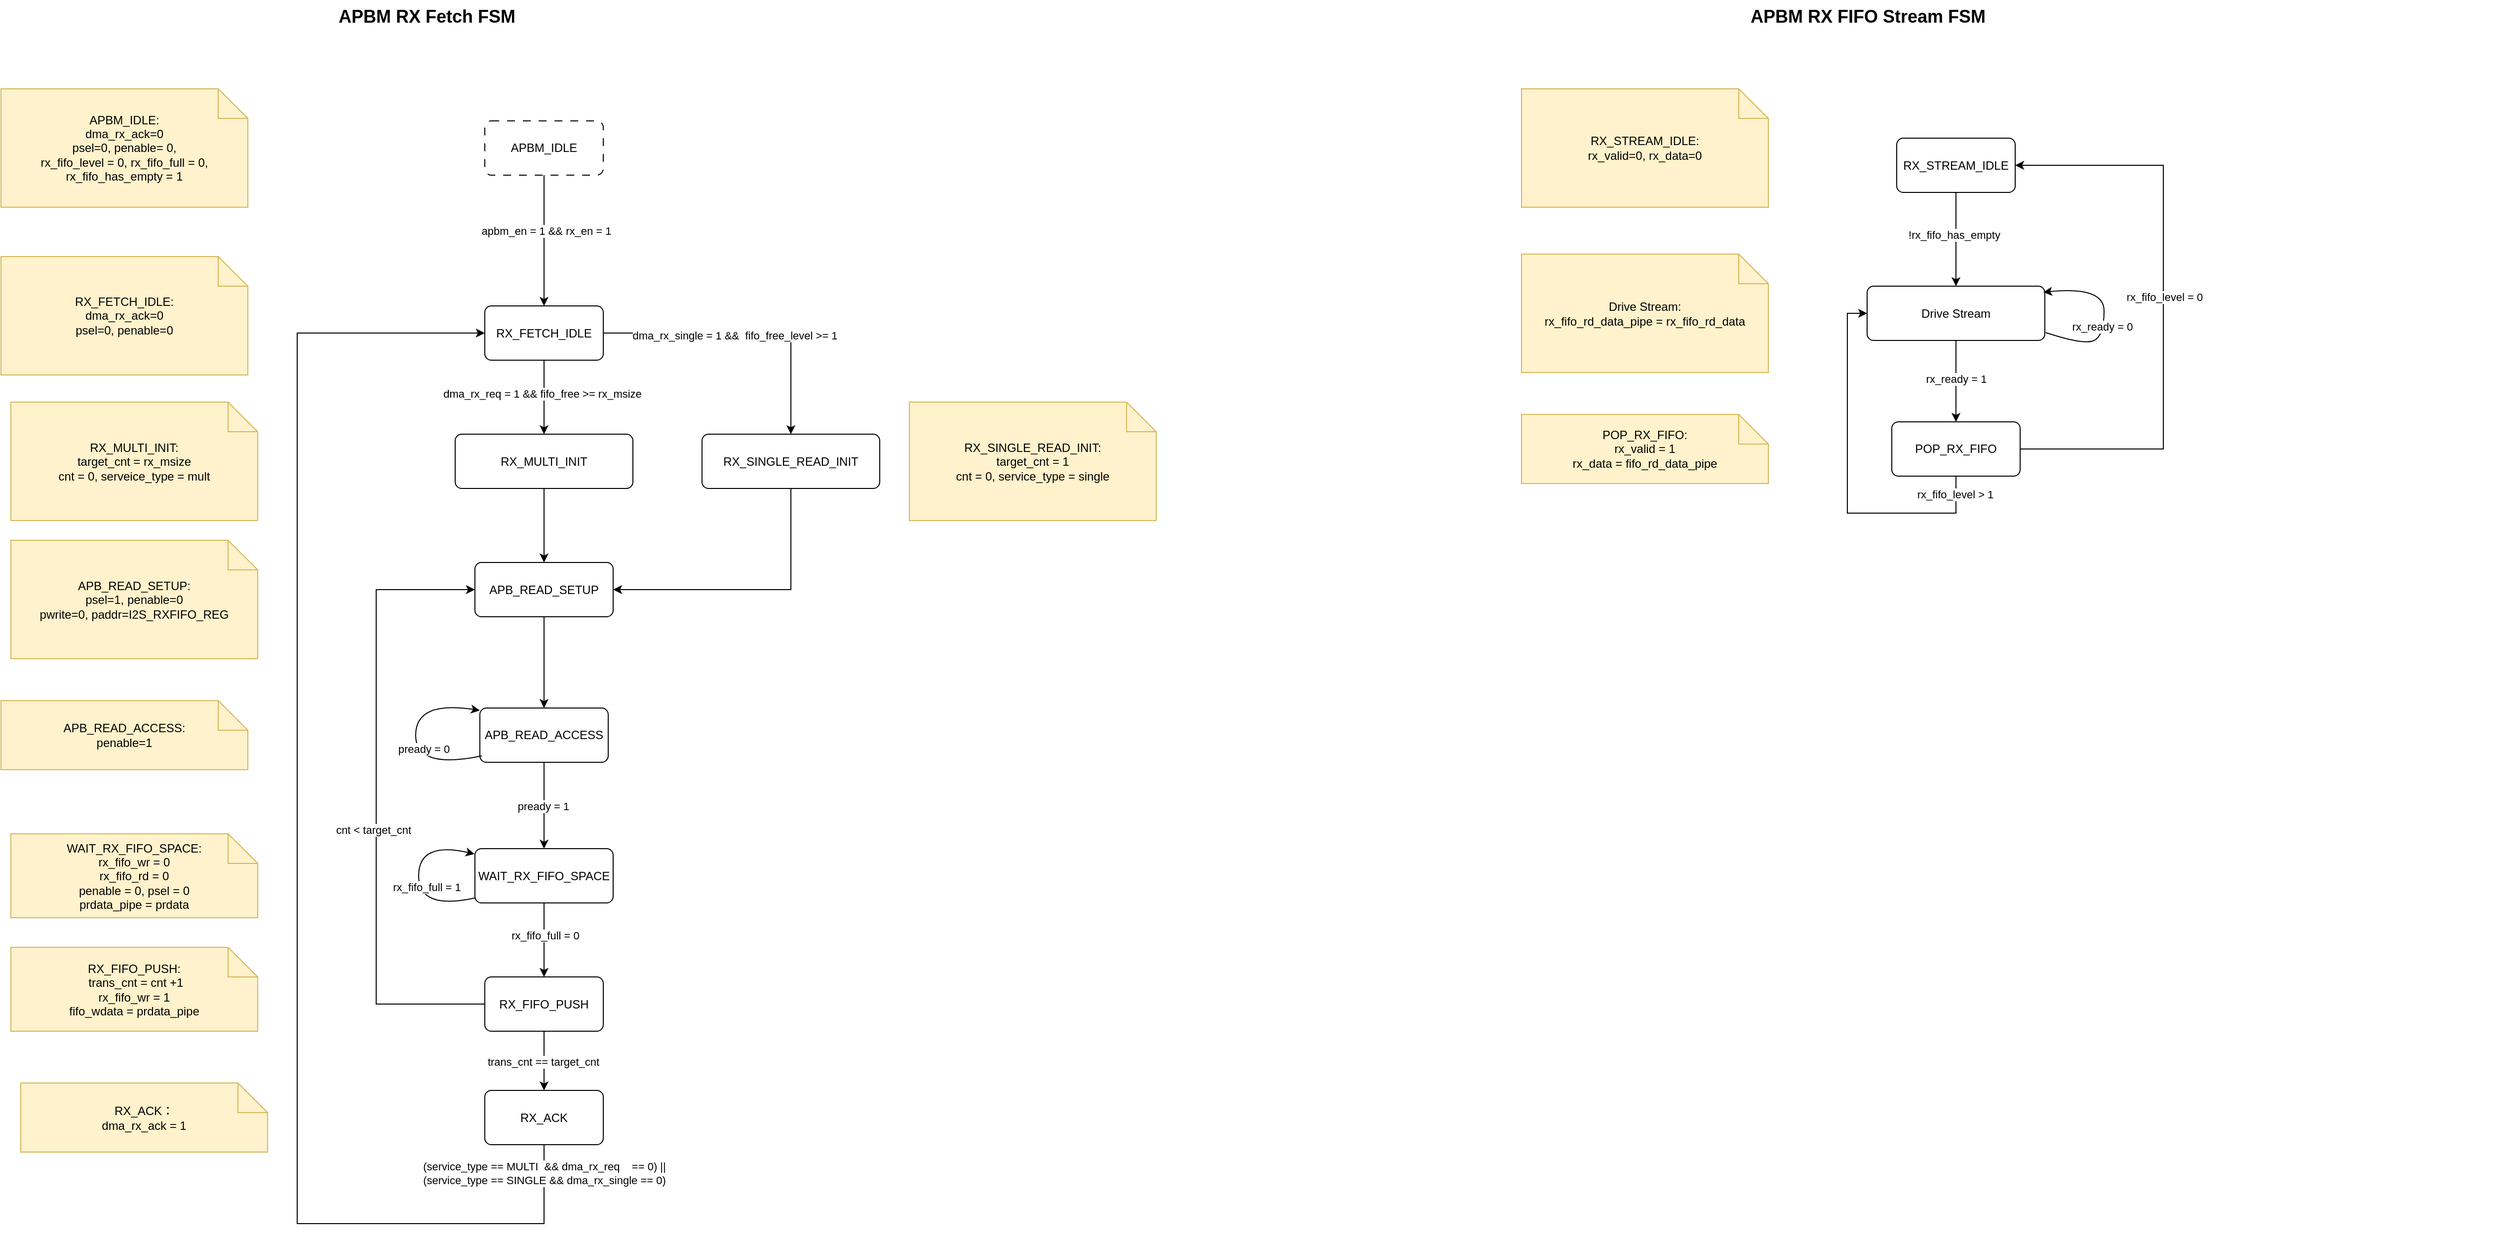
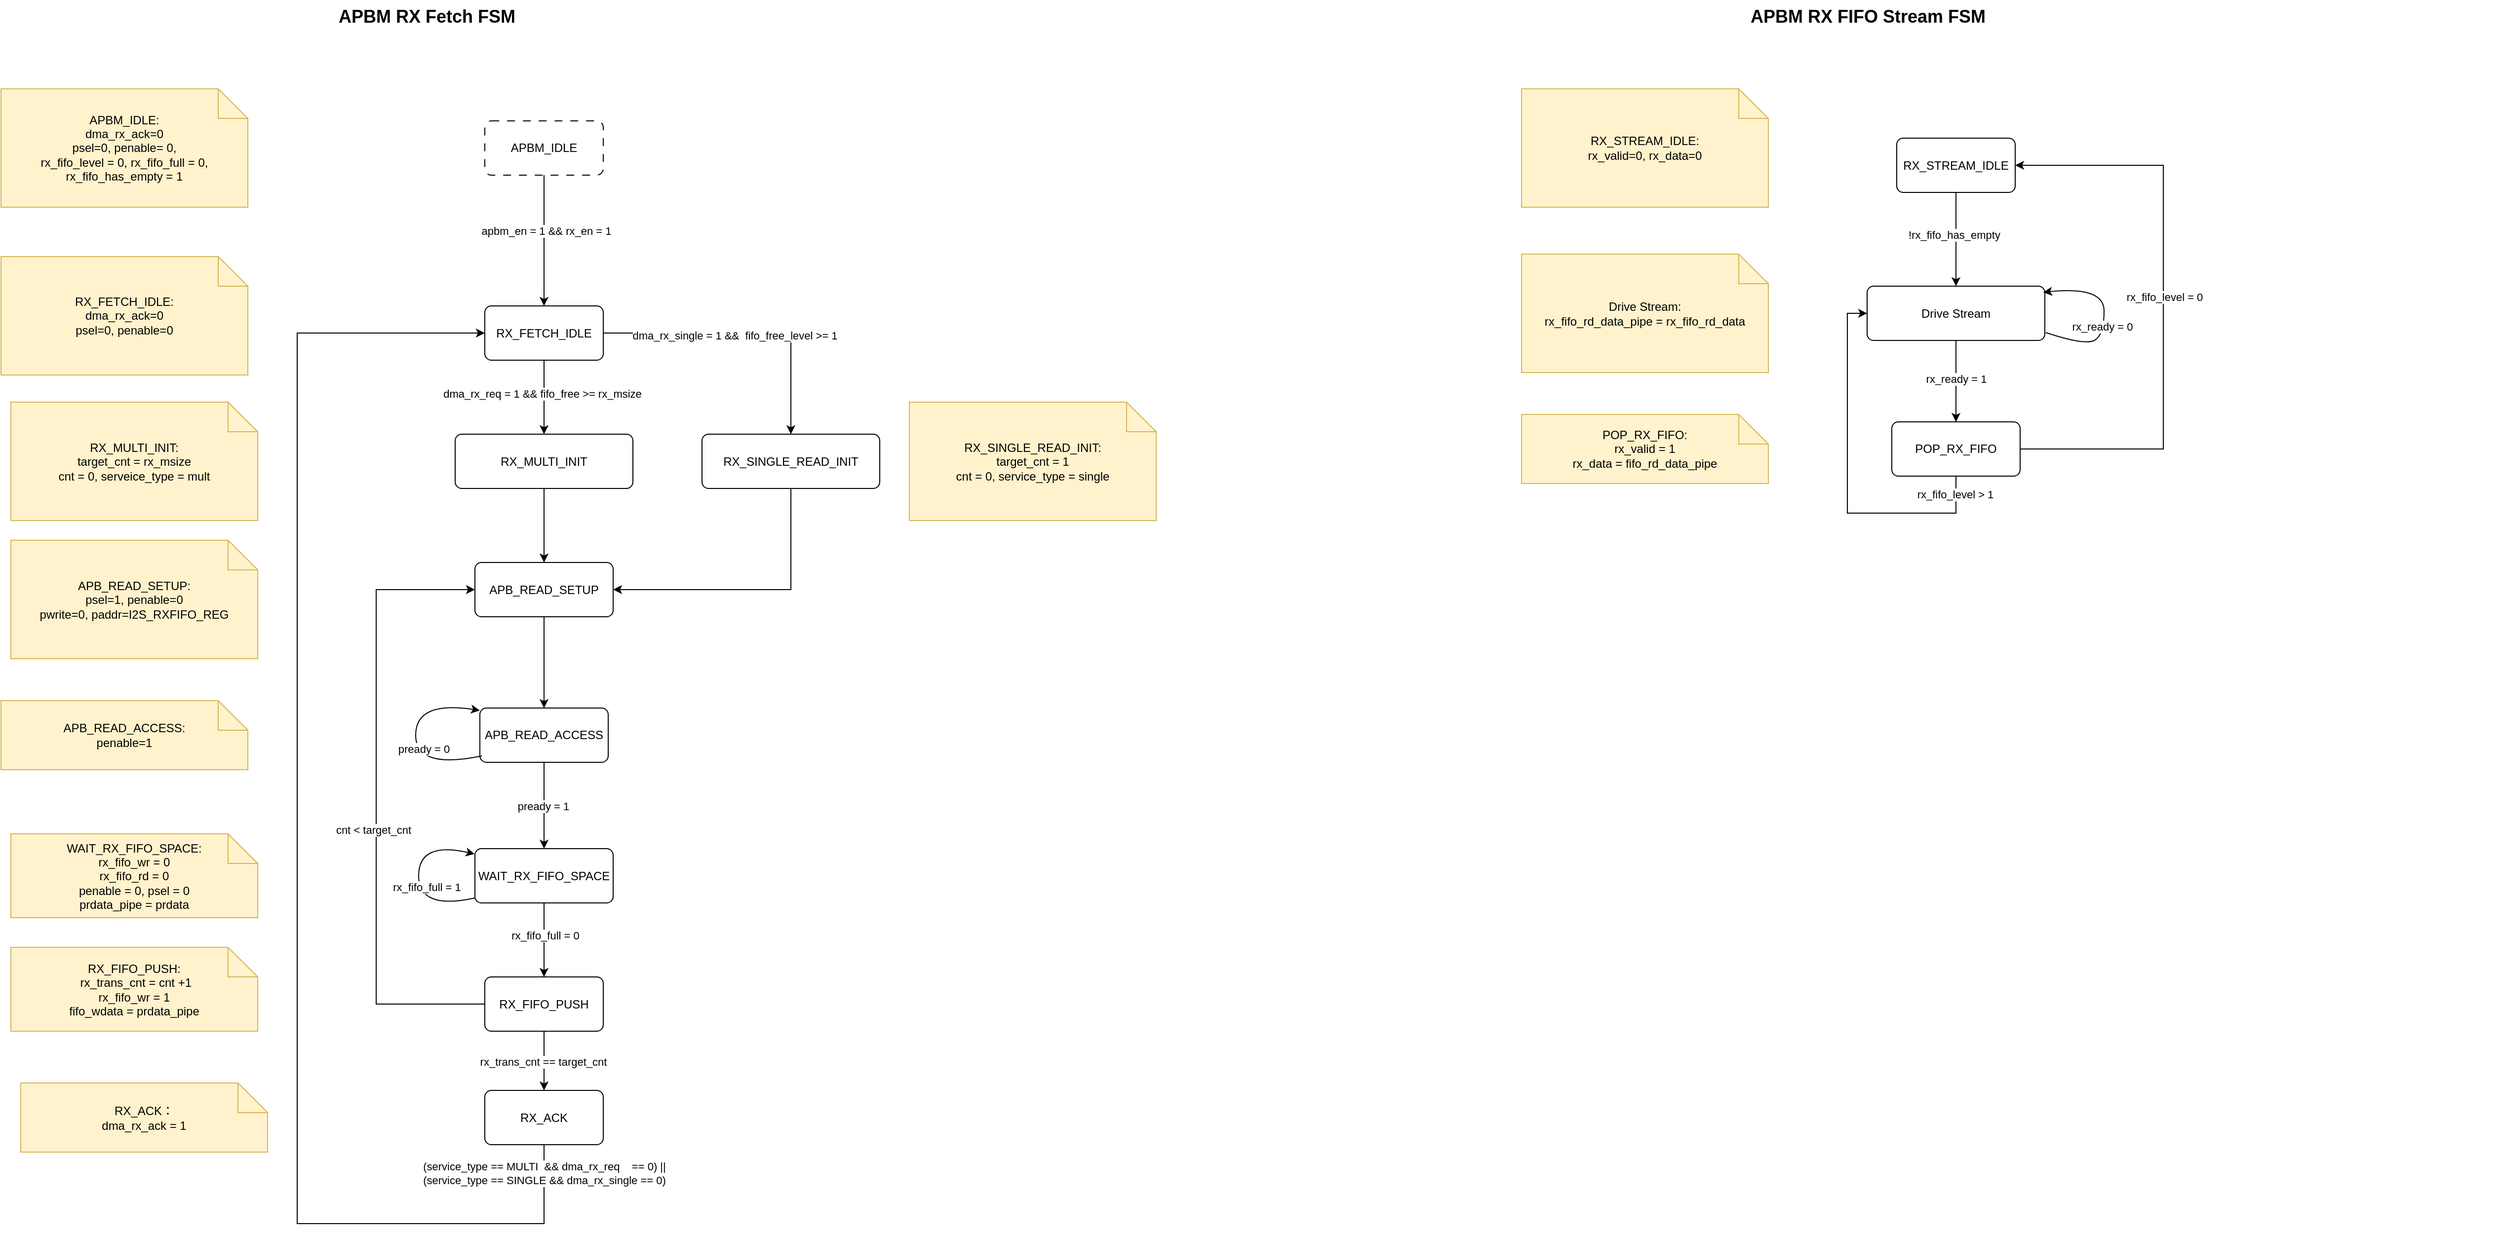
<mxfile host="app.diagrams.net" agent="ChatGPT">
  <diagram id="apbm_rx_fetch_fsm" name="APBM_RX_Fetch_FSM">
-     <mxGraphModel dx="2327" dy="380" grid="1" gridSize="10" guides="1" tooltips="1" connect="1" arrows="1" fold="1" page="1" pageScale="1" pageWidth="1654" pageHeight="2339" math="0" shadow="0">
+     <mxGraphModel dx="2428" dy="437" grid="1" gridSize="10" guides="1" tooltips="1" connect="1" arrows="1" fold="1" page="1" pageScale="1" pageWidth="1654" pageHeight="2339" math="0" shadow="0">
      <root>
        <mxCell id="0" />
        <mxCell id="1" parent="0" />
        <mxCell id="title" parent="1" style="text;html=1;strokeColor=none;fillColor=none;fontSize=18;fontStyle=1;" value="APBM RX Fetch FSM&amp;nbsp;&amp;nbsp;" vertex="1">
          <mxGeometry height="40" width="760" x="120" y="10" as="geometry" />
        </mxCell>
        <mxCell id="idle" parent="1" style="rounded=1;whiteSpace=wrap;html=1;arcSize=12;fillColor=#ffffff;strokeColor=#000000;" value="RX_FETCH_IDLE" vertex="1">
          <mxGeometry height="55" width="120" x="270" y="320" as="geometry" />
        </mxCell>
        <mxCell id="b5V3izeqS-97gPEoPy1i-3" parent="1" style="rounded=1;whiteSpace=wrap;html=1;arcSize=12;fillColor=#ffffff;strokeColor=#000000;" value="APB_READ_SETUP" vertex="1">
          <mxGeometry height="55" width="140" x="260" y="580" as="geometry" />
        </mxCell>
        <mxCell id="b5V3izeqS-97gPEoPy1i-7" edge="1" parent="1" source="idle" style="endArrow=classic;html=1;rounded=0;exitX=0.5;exitY=1;exitDx=0;exitDy=0;entryX=0.5;entryY=0;entryDx=0;entryDy=0;" target="b5V3izeqS-97gPEoPy1i-90" value="">
          <mxGeometry height="50" relative="1" width="50" as="geometry">
            <mxPoint x="350" y="440" as="sourcePoint" />
            <mxPoint x="330" y="450" as="targetPoint" />
          </mxGeometry>
        </mxCell>
        <mxCell id="b5V3izeqS-97gPEoPy1i-8" connectable="0" parent="b5V3izeqS-97gPEoPy1i-7" style="edgeLabel;html=1;align=center;verticalAlign=middle;resizable=0;points=[];" value="dma_rx_req = 1 &amp;amp;&amp;amp; fifo_free &amp;gt;= rx_msize" vertex="1">
          <mxGeometry relative="1" x="-0.0927" y="-2" as="geometry">
            <mxPoint as="offset" />
          </mxGeometry>
        </mxCell>
        <mxCell id="b5V3izeqS-97gPEoPy1i-9" parent="1" style="shape=note;whiteSpace=wrap;html=1;fillColor=#fff2cc;strokeColor=#d6b656;" value="APB_READ_SETUP:&lt;div&gt;psel=1, penable=0&lt;br&gt;pwrite=0, paddr=I2S_RXFIFO_REG&lt;/div&gt;" vertex="1">
          <mxGeometry height="120" width="250" x="-210" y="557.5" as="geometry" />
        </mxCell>
        <mxCell id="b5V3izeqS-97gPEoPy1i-10" parent="1" style="rounded=1;whiteSpace=wrap;html=1;arcSize=12;fillColor=#ffffff;strokeColor=#000000;" value="APB_READ_ACCESS" vertex="1">
          <mxGeometry height="55" width="130" x="265" y="727.5" as="geometry" />
        </mxCell>
        <mxCell id="b5V3izeqS-97gPEoPy1i-11" edge="1" parent="1" source="b5V3izeqS-97gPEoPy1i-3" style="endArrow=classic;html=1;rounded=0;exitX=0.5;exitY=1;exitDx=0;exitDy=0;entryX=0.5;entryY=0;entryDx=0;entryDy=0;" target="b5V3izeqS-97gPEoPy1i-10" value="">
          <mxGeometry height="50" relative="1" width="50" as="geometry">
            <mxPoint x="340" y="710" as="sourcePoint" />
            <mxPoint x="390" y="660" as="targetPoint" />
          </mxGeometry>
        </mxCell>
        <mxCell id="b5V3izeqS-97gPEoPy1i-13" parent="1" style="shape=note;whiteSpace=wrap;html=1;fillColor=#fff2cc;strokeColor=#d6b656;" value="APB_READ_ACCESS:&lt;br&gt;penable=1" vertex="1">
          <mxGeometry height="70" width="250" x="-220" y="720" as="geometry" />
        </mxCell>
        <mxCell id="b5V3izeqS-97gPEoPy1i-14" edge="1" parent="1" source="b5V3izeqS-97gPEoPy1i-10" style="curved=1;endArrow=classic;html=1;rounded=0;exitX=0.015;exitY=0.881;exitDx=0;exitDy=0;entryX=0;entryY=0;entryDx=0;entryDy=0;exitPerimeter=0;" value="">
          <mxGeometry height="50" relative="1" width="50" as="geometry">
            <Array as="points">
              <mxPoint x="200" y="790" />
              <mxPoint x="200" y="720" />
            </Array>
            <mxPoint x="265" y="785" as="sourcePoint" />
            <mxPoint x="265" y="730" as="targetPoint" />
          </mxGeometry>
        </mxCell>
        <mxCell id="b5V3izeqS-97gPEoPy1i-15" connectable="0" parent="b5V3izeqS-97gPEoPy1i-14" style="edgeLabel;html=1;align=center;verticalAlign=middle;resizable=0;points=[];" value="pready = 0" vertex="1">
          <mxGeometry relative="1" x="-0.1215" y="-8" as="geometry">
            <mxPoint as="offset" />
          </mxGeometry>
        </mxCell>
        <mxCell id="b5V3izeqS-97gPEoPy1i-16" parent="1" style="rounded=1;whiteSpace=wrap;html=1;arcSize=12;fillColor=#ffffff;strokeColor=#000000;" value="WAIT_RX_FIFO_SPACE" vertex="1">
          <mxGeometry height="55" width="140" x="260" y="870" as="geometry" />
        </mxCell>
        <mxCell id="b5V3izeqS-97gPEoPy1i-18" edge="1" parent="1" source="b5V3izeqS-97gPEoPy1i-10" style="endArrow=classic;html=1;rounded=0;exitX=0.5;exitY=1;exitDx=0;exitDy=0;entryX=0.5;entryY=0;entryDx=0;entryDy=0;" target="b5V3izeqS-97gPEoPy1i-16" value="">
          <mxGeometry height="50" relative="1" width="50" as="geometry">
            <mxPoint x="320" y="860" as="sourcePoint" />
            <mxPoint x="370" y="810" as="targetPoint" />
          </mxGeometry>
        </mxCell>
        <mxCell id="b5V3izeqS-97gPEoPy1i-19" connectable="0" parent="b5V3izeqS-97gPEoPy1i-18" style="edgeLabel;html=1;align=center;verticalAlign=middle;resizable=0;points=[];" value="pready = 1" vertex="1">
          <mxGeometry relative="1" x="0.0089" y="-1" as="geometry">
            <mxPoint as="offset" />
          </mxGeometry>
        </mxCell>
        <mxCell id="b5V3izeqS-97gPEoPy1i-20" parent="1" style="shape=note;whiteSpace=wrap;html=1;fillColor=#fff2cc;strokeColor=#d6b656;" value="WAIT_RX_FIFO_SPACE:&lt;div&gt;rx_fifo_wr = 0&lt;/div&gt;&lt;div&gt;rx_fifo_rd = 0&lt;br&gt;&lt;/div&gt;&lt;div&gt;penable = 0, psel = 0&lt;/div&gt;&lt;div&gt;prdata_pipe = prdata&lt;/div&gt;" vertex="1">
          <mxGeometry height="85" width="250" x="-210" y="855" as="geometry" />
        </mxCell>
        <mxCell id="b5V3izeqS-97gPEoPy1i-21" parent="1" style="rounded=1;whiteSpace=wrap;html=1;arcSize=12;fillColor=#ffffff;strokeColor=#000000;" value="RX_ACK" vertex="1">
          <mxGeometry height="55" width="120" x="270" y="1115" as="geometry" />
        </mxCell>
        <mxCell id="b5V3izeqS-97gPEoPy1i-26" edge="1" parent="1" source="b5V3izeqS-97gPEoPy1i-75" style="endArrow=classic;html=1;rounded=0;exitX=0.5;exitY=1;exitDx=0;exitDy=0;" value="">
          <mxGeometry height="50" relative="1" width="50" as="geometry">
            <mxPoint x="329.57" y="1040" as="sourcePoint" />
            <mxPoint x="330" y="1115" as="targetPoint" />
          </mxGeometry>
        </mxCell>
-         <mxCell id="b5V3izeqS-97gPEoPy1i-27" connectable="0" parent="b5V3izeqS-97gPEoPy1i-26" style="edgeLabel;html=1;align=center;verticalAlign=middle;resizable=0;points=[];" value="trans_cnt == target_cnt" vertex="1">
+         <mxCell id="b5V3izeqS-97gPEoPy1i-27" connectable="0" parent="b5V3izeqS-97gPEoPy1i-26" style="edgeLabel;html=1;align=center;verticalAlign=middle;resizable=0;points=[];" value="rx_trans_cnt == target_cnt" vertex="1">
          <mxGeometry relative="1" x="0.0089" y="-1" as="geometry">
            <mxPoint as="offset" />
          </mxGeometry>
        </mxCell>
        <mxCell id="b5V3izeqS-97gPEoPy1i-28" parent="1" style="shape=note;whiteSpace=wrap;html=1;fillColor=#fff2cc;strokeColor=#d6b656;" value="RX_ACK：&lt;div&gt;dma_rx_ack = 1&lt;/div&gt;" vertex="1">
          <mxGeometry height="70" width="250" x="-200" y="1107.5" as="geometry" />
        </mxCell>
        <mxCell id="b5V3izeqS-97gPEoPy1i-29" parent="1" style="shape=note;whiteSpace=wrap;html=1;fillColor=#fff2cc;strokeColor=#d6b656;" value="RX_FETCH_IDLE:&lt;div&gt;dma_rx_ack=0&lt;/div&gt;&lt;div&gt;psel=0, penable=0&lt;br&gt;&lt;/div&gt;" vertex="1">
          <mxGeometry height="120" width="250" x="-220" y="270" as="geometry" />
        </mxCell>
        <mxCell id="b5V3izeqS-97gPEoPy1i-30" edge="1" parent="1" source="b5V3izeqS-97gPEoPy1i-21" style="endArrow=classic;html=1;rounded=0;exitX=0.5;exitY=1;exitDx=0;exitDy=0;edgeStyle=orthogonalEdgeStyle;entryX=0;entryY=0.5;entryDx=0;entryDy=0;" target="idle" value="">
          <mxGeometry height="50" relative="1" width="50" as="geometry">
            <Array as="points">
              <mxPoint x="330" y="1250" />
              <mxPoint x="80" y="1250" />
              <mxPoint x="80" y="348" />
            </Array>
            <mxPoint x="219.95" y="932.5" as="sourcePoint" />
            <mxPoint x="160" y="345" as="targetPoint" />
          </mxGeometry>
        </mxCell>
        <mxCell id="b5V3izeqS-97gPEoPy1i-74" connectable="0" parent="b5V3izeqS-97gPEoPy1i-30" style="edgeLabel;html=1;align=center;verticalAlign=middle;resizable=0;points=[];" value="&lt;div&gt;(service_type == MULTI&amp;nbsp; &amp;amp;&amp;amp; dma_rx_req&amp;nbsp; &amp;nbsp; == 0) ||&lt;/div&gt;&lt;div&gt;(service_type == SINGLE &amp;amp;&amp;amp; dma_rx_single == 0)&lt;/div&gt;" vertex="1">
          <mxGeometry relative="1" x="-0.9589" as="geometry">
            <mxPoint as="offset" />
          </mxGeometry>
        </mxCell>
        <mxCell id="b5V3izeqS-97gPEoPy1i-31" edge="1" parent="1" source="idle" style="endArrow=classic;html=1;rounded=0;exitX=1;exitY=0.5;exitDx=0;exitDy=0;edgeStyle=orthogonalEdgeStyle;entryX=0.5;entryY=0;entryDx=0;entryDy=0;" target="b5V3izeqS-97gPEoPy1i-34" value="">
          <mxGeometry height="50" relative="1" width="50" as="geometry">
            <mxPoint x="560" y="420" as="sourcePoint" />
            <mxPoint x="570" y="440" as="targetPoint" />
          </mxGeometry>
        </mxCell>
        <mxCell id="b5V3izeqS-97gPEoPy1i-32" connectable="0" parent="b5V3izeqS-97gPEoPy1i-31" style="edgeLabel;html=1;align=center;verticalAlign=middle;resizable=0;points=[];" value="dma_rx_single = 1 &amp;amp;&amp;amp;&amp;nbsp; fifo_free_level &amp;gt;= 1" vertex="1">
          <mxGeometry relative="1" x="-0.0927" y="-2" as="geometry">
            <mxPoint as="offset" />
          </mxGeometry>
        </mxCell>
        <mxCell id="b5V3izeqS-97gPEoPy1i-34" parent="1" style="rounded=1;whiteSpace=wrap;html=1;arcSize=12;fillColor=#ffffff;strokeColor=#000000;" value="RX_SINGLE_READ_INIT" vertex="1">
          <mxGeometry height="55" width="180" x="490" y="450" as="geometry" />
        </mxCell>
        <mxCell id="b5V3izeqS-97gPEoPy1i-35" parent="1" style="shape=note;whiteSpace=wrap;html=1;fillColor=#fff2cc;strokeColor=#d6b656;" value="RX_SINGLE_READ_INIT:&lt;div&gt;target_cnt = 1&lt;br&gt;cnt = 0, service_type = single&lt;/div&gt;" vertex="1">
          <mxGeometry height="120" width="250" x="700" y="417.5" as="geometry" />
        </mxCell>
        <mxCell id="b5V3izeqS-97gPEoPy1i-39" edge="1" parent="1" source="b5V3izeqS-97gPEoPy1i-34" style="endArrow=classic;html=1;rounded=0;exitX=0.5;exitY=1;exitDx=0;exitDy=0;entryX=1;entryY=0.5;entryDx=0;entryDy=0;edgeStyle=orthogonalEdgeStyle;" target="b5V3izeqS-97gPEoPy1i-3" value="">
          <mxGeometry height="50" relative="1" width="50" as="geometry">
            <mxPoint x="540" y="830" as="sourcePoint" />
            <mxPoint x="590" y="780" as="targetPoint" />
          </mxGeometry>
        </mxCell>
        <mxCell id="b5V3izeqS-97gPEoPy1i-40" parent="1" style="text;html=1;strokeColor=none;fillColor=none;fontSize=18;fontStyle=1;" value="APBM RX FIFO Stream FSM&amp;nbsp;&amp;nbsp;" vertex="1">
          <mxGeometry height="40" width="760" x="1550" y="10" as="geometry" />
        </mxCell>
        <mxCell id="b5V3izeqS-97gPEoPy1i-41" parent="1" style="rounded=1;whiteSpace=wrap;html=1;arcSize=12;fillColor=#ffffff;strokeColor=#000000;" value="RX_STREAM_IDLE" vertex="1">
          <mxGeometry height="55" width="120" x="1700" y="150" as="geometry" />
        </mxCell>
        <mxCell id="b5V3izeqS-97gPEoPy1i-42" parent="1" style="rounded=1;whiteSpace=wrap;html=1;arcSize=12;fillColor=#ffffff;strokeColor=#000000;" value="Drive Stream" vertex="1">
          <mxGeometry height="55" width="180" x="1670" y="300" as="geometry" />
        </mxCell>
        <mxCell id="b5V3izeqS-97gPEoPy1i-43" edge="1" parent="1" source="b5V3izeqS-97gPEoPy1i-41" style="endArrow=classic;html=1;rounded=0;exitX=0.5;exitY=1;exitDx=0;exitDy=0;entryX=0.5;entryY=0;entryDx=0;entryDy=0;" target="b5V3izeqS-97gPEoPy1i-42" value="">
          <mxGeometry height="50" relative="1" width="50" as="geometry">
            <mxPoint x="1780" y="270" as="sourcePoint" />
            <mxPoint x="1830" y="220" as="targetPoint" />
          </mxGeometry>
        </mxCell>
        <mxCell id="b5V3izeqS-97gPEoPy1i-44" connectable="0" parent="b5V3izeqS-97gPEoPy1i-43" style="edgeLabel;html=1;align=center;verticalAlign=middle;resizable=0;points=[];" value="!rx_fifo_has_empty" vertex="1">
          <mxGeometry relative="1" x="-0.0927" y="-2" as="geometry">
            <mxPoint as="offset" />
          </mxGeometry>
        </mxCell>
        <mxCell id="b5V3izeqS-97gPEoPy1i-45" parent="1" style="shape=note;whiteSpace=wrap;html=1;fillColor=#fff2cc;strokeColor=#d6b656;" value="Drive Stream:&lt;div&gt;rx_fifo_rd_data_pipe = rx_fifo_rd_data&lt;br&gt;&lt;/div&gt;" vertex="1">
          <mxGeometry height="120" width="250" x="1320" y="267.5" as="geometry" />
        </mxCell>
        <mxCell id="b5V3izeqS-97gPEoPy1i-46" parent="1" style="rounded=1;whiteSpace=wrap;html=1;arcSize=12;fillColor=#ffffff;strokeColor=#000000;" value="POP_RX_FIFO" vertex="1">
          <mxGeometry height="55" width="130" x="1695" y="437.5" as="geometry" />
        </mxCell>
        <mxCell id="b5V3izeqS-97gPEoPy1i-47" edge="1" parent="1" source="b5V3izeqS-97gPEoPy1i-42" style="endArrow=classic;html=1;rounded=0;exitX=0.5;exitY=1;exitDx=0;exitDy=0;entryX=0.5;entryY=0;entryDx=0;entryDy=0;" target="b5V3izeqS-97gPEoPy1i-46" value="">
          <mxGeometry height="50" relative="1" width="50" as="geometry">
            <mxPoint x="1770" y="420" as="sourcePoint" />
            <mxPoint x="1820" y="370" as="targetPoint" />
          </mxGeometry>
        </mxCell>
        <mxCell id="b5V3izeqS-97gPEoPy1i-68" connectable="0" parent="b5V3izeqS-97gPEoPy1i-47" style="edgeLabel;html=1;align=center;verticalAlign=middle;resizable=0;points=[];" value="rx_ready = 1" vertex="1">
          <mxGeometry relative="1" x="-0.0537" as="geometry">
            <mxPoint as="offset" />
          </mxGeometry>
        </mxCell>
        <mxCell id="b5V3izeqS-97gPEoPy1i-48" parent="1" style="shape=note;whiteSpace=wrap;html=1;fillColor=#fff2cc;strokeColor=#d6b656;" value="POP_RX_FIFO:&lt;div&gt;rx_valid = 1&lt;/div&gt;&lt;div&gt;rx_data = fifo_rd_data_pipe&lt;/div&gt;" vertex="1">
          <mxGeometry height="70" width="250" x="1320" y="430" as="geometry" />
        </mxCell>
        <mxCell id="b5V3izeqS-97gPEoPy1i-59" parent="1" style="shape=note;whiteSpace=wrap;html=1;fillColor=#fff2cc;strokeColor=#d6b656;" value="RX_STREAM_IDLE:&lt;div&gt;rx_valid=0, rx_data=0&lt;/div&gt;" vertex="1">
          <mxGeometry height="120" width="250" x="1320" y="100" as="geometry" />
        </mxCell>
        <mxCell id="b5V3izeqS-97gPEoPy1i-69" edge="1" parent="1" source="b5V3izeqS-97gPEoPy1i-46" style="endArrow=classic;html=1;rounded=0;exitX=0.5;exitY=1;exitDx=0;exitDy=0;entryX=0;entryY=0.5;entryDx=0;entryDy=0;edgeStyle=orthogonalEdgeStyle;" target="b5V3izeqS-97gPEoPy1i-42" value="">
          <mxGeometry height="50" relative="1" width="50" as="geometry">
            <Array as="points">
              <mxPoint x="1760" y="530" />
              <mxPoint x="1650" y="530" />
              <mxPoint x="1650" y="328" />
            </Array>
            <mxPoint x="1950" y="430" as="sourcePoint" />
            <mxPoint x="2000" y="380" as="targetPoint" />
          </mxGeometry>
        </mxCell>
        <mxCell id="b5V3izeqS-97gPEoPy1i-71" connectable="0" parent="b5V3izeqS-97gPEoPy1i-69" style="edgeLabel;html=1;align=center;verticalAlign=middle;resizable=0;points=[];" value="rx_fifo_level &amp;gt; 1" vertex="1">
          <mxGeometry relative="1" x="-0.9016" y="-1" as="geometry">
            <mxPoint as="offset" />
          </mxGeometry>
        </mxCell>
        <mxCell id="b5V3izeqS-97gPEoPy1i-72" edge="1" parent="1" source="b5V3izeqS-97gPEoPy1i-46" style="endArrow=classic;html=1;rounded=0;exitX=1;exitY=0.5;exitDx=0;exitDy=0;entryX=1;entryY=0.5;entryDx=0;entryDy=0;edgeStyle=orthogonalEdgeStyle;" target="b5V3izeqS-97gPEoPy1i-41" value="">
          <mxGeometry height="50" relative="1" width="50" as="geometry">
            <Array as="points">
              <mxPoint x="1970" y="465" />
              <mxPoint x="1970" y="178" />
            </Array>
            <mxPoint x="1910" y="460" as="sourcePoint" />
            <mxPoint x="1960" y="410" as="targetPoint" />
          </mxGeometry>
        </mxCell>
        <mxCell id="b5V3izeqS-97gPEoPy1i-73" connectable="0" parent="b5V3izeqS-97gPEoPy1i-72" style="edgeLabel;html=1;align=center;verticalAlign=middle;resizable=0;points=[];" value="rx_fifo_level = 0" vertex="1">
          <mxGeometry relative="1" x="0.0267" y="-1" as="geometry">
            <mxPoint as="offset" />
          </mxGeometry>
        </mxCell>
        <mxCell id="b5V3izeqS-97gPEoPy1i-75" parent="1" style="rounded=1;whiteSpace=wrap;html=1;arcSize=12;fillColor=#ffffff;strokeColor=#000000;" value="RX_FIFO_PUSH" vertex="1">
          <mxGeometry height="55" width="120" x="270" y="1000" as="geometry" />
        </mxCell>
        <mxCell id="b5V3izeqS-97gPEoPy1i-76" edge="1" parent="1" source="b5V3izeqS-97gPEoPy1i-16" style="endArrow=classic;html=1;rounded=0;exitX=0.5;exitY=1;exitDx=0;exitDy=0;entryX=0.5;entryY=0;entryDx=0;entryDy=0;" target="b5V3izeqS-97gPEoPy1i-75" value="">
          <mxGeometry height="50" relative="1" width="50" as="geometry">
            <mxPoint x="400" y="990" as="sourcePoint" />
            <mxPoint x="450" y="940" as="targetPoint" />
          </mxGeometry>
        </mxCell>
        <mxCell id="b5V3izeqS-97gPEoPy1i-77" connectable="0" parent="b5V3izeqS-97gPEoPy1i-76" style="edgeLabel;html=1;align=center;verticalAlign=middle;resizable=0;points=[];" value="rx_fifo_full = 0" vertex="1">
          <mxGeometry relative="1" x="-0.1138" y="1" as="geometry">
            <mxPoint as="offset" />
          </mxGeometry>
        </mxCell>
        <mxCell id="b5V3izeqS-97gPEoPy1i-78" edge="1" parent="1" style="curved=1;endArrow=classic;html=1;rounded=0;entryX=-0.002;entryY=0.099;entryDx=0;entryDy=0;entryPerimeter=0;" target="b5V3izeqS-97gPEoPy1i-16" value="">
          <mxGeometry height="50" relative="1" width="50" as="geometry">
            <Array as="points">
              <mxPoint x="203" y="932.5" />
              <mxPoint x="203" y="862.5" />
            </Array>
            <mxPoint x="260" y="920" as="sourcePoint" />
            <mxPoint x="268" y="872.5" as="targetPoint" />
          </mxGeometry>
        </mxCell>
        <mxCell id="b5V3izeqS-97gPEoPy1i-79" connectable="0" parent="b5V3izeqS-97gPEoPy1i-78" style="edgeLabel;html=1;align=center;verticalAlign=middle;resizable=0;points=[];" value="rx_fifo_full = 1" vertex="1">
          <mxGeometry relative="1" x="-0.1215" y="-8" as="geometry">
            <mxPoint as="offset" />
          </mxGeometry>
        </mxCell>
-         <mxCell id="b5V3izeqS-97gPEoPy1i-80" parent="1" style="shape=note;whiteSpace=wrap;html=1;fillColor=#fff2cc;strokeColor=#d6b656;" value="RX_FIFO_PUSH:&lt;div&gt;&amp;nbsp;trans_cnt = cnt +1&lt;br&gt;&lt;/div&gt;&lt;div&gt;rx_fifo_wr = 1&lt;br&gt;fifo_wdata = prdata_pipe&lt;/div&gt;" vertex="1">
+         <mxCell id="b5V3izeqS-97gPEoPy1i-80" parent="1" style="shape=note;whiteSpace=wrap;html=1;fillColor=#fff2cc;strokeColor=#d6b656;" value="RX_FIFO_PUSH:&lt;div&gt;&amp;nbsp;rx_trans_cnt = cnt +1&lt;br&gt;&lt;/div&gt;&lt;div&gt;rx_fifo_wr = 1&lt;br&gt;fifo_wdata = prdata_pipe&lt;/div&gt;" vertex="1">
          <mxGeometry height="85" width="250" x="-210" y="970" as="geometry" />
        </mxCell>
        <mxCell id="b5V3izeqS-97gPEoPy1i-81" parent="1" style="rounded=1;whiteSpace=wrap;html=1;arcSize=12;fillColor=#ffffff;strokeColor=#000000;dashed=1;dashPattern=8 8;" value="APBM_IDLE" vertex="1">
          <mxGeometry height="55" width="120" x="270" y="132.5" as="geometry" />
        </mxCell>
        <mxCell id="b5V3izeqS-97gPEoPy1i-82" edge="1" parent="1" source="b5V3izeqS-97gPEoPy1i-81" style="endArrow=classic;html=1;rounded=0;exitX=0.5;exitY=1;exitDx=0;exitDy=0;" target="idle" value="">
          <mxGeometry height="50" relative="1" width="50" as="geometry">
            <mxPoint x="370" y="240" as="sourcePoint" />
            <mxPoint x="420" y="190" as="targetPoint" />
          </mxGeometry>
        </mxCell>
        <mxCell id="b5V3izeqS-97gPEoPy1i-83" connectable="0" parent="b5V3izeqS-97gPEoPy1i-82" style="edgeLabel;html=1;align=center;verticalAlign=middle;resizable=0;points=[];" value="apbm_en = 1 &amp;amp;&amp;amp; rx_en = 1" vertex="1">
          <mxGeometry relative="1" x="-0.1446" y="2" as="geometry">
            <mxPoint as="offset" />
          </mxGeometry>
        </mxCell>
        <mxCell id="b5V3izeqS-97gPEoPy1i-84" parent="1" style="shape=note;whiteSpace=wrap;html=1;fillColor=#fff2cc;strokeColor=#d6b656;" value="APBM_IDLE:&lt;div&gt;dma_rx_ack=0&lt;/div&gt;&lt;div&gt;psel=0, penable= 0,&lt;br&gt;&lt;/div&gt;&lt;div&gt;rx_fifo_level = 0, rx_fifo_full = 0, rx_fifo_has_empty = 1&lt;/div&gt;" vertex="1">
          <mxGeometry height="120" width="250" x="-220" y="100" as="geometry" />
        </mxCell>
        <mxCell id="b5V3izeqS-97gPEoPy1i-85" edge="1" parent="1" source="b5V3izeqS-97gPEoPy1i-75" style="endArrow=classic;html=1;rounded=0;exitX=0;exitY=0.5;exitDx=0;exitDy=0;edgeStyle=orthogonalEdgeStyle;entryX=0;entryY=0.5;entryDx=0;entryDy=0;" target="b5V3izeqS-97gPEoPy1i-3" value="">
          <mxGeometry height="50" relative="1" width="50" as="geometry">
            <Array as="points">
              <mxPoint x="160" y="1028" />
              <mxPoint x="160" y="608" />
            </Array>
            <mxPoint x="40" y="1026.88" as="sourcePoint" />
            <mxPoint x="110" y="690" as="targetPoint" />
          </mxGeometry>
        </mxCell>
        <mxCell id="b5V3izeqS-97gPEoPy1i-86" connectable="0" parent="b5V3izeqS-97gPEoPy1i-85" style="edgeLabel;html=1;align=center;verticalAlign=middle;resizable=0;points=[];" value="cnt &amp;lt; target_cnt" vertex="1">
          <mxGeometry relative="1" x="-0.0902" y="3" as="geometry">
            <mxPoint as="offset" />
          </mxGeometry>
        </mxCell>
        <mxCell id="b5V3izeqS-97gPEoPy1i-87" edge="1" parent="1" source="b5V3izeqS-97gPEoPy1i-42" style="curved=1;endArrow=classic;html=1;rounded=0;entryX=0.991;entryY=0.112;entryDx=0;entryDy=0;exitX=1.005;exitY=0.854;exitDx=0;exitDy=0;exitPerimeter=0;entryPerimeter=0;" target="b5V3izeqS-97gPEoPy1i-42" value="">
          <mxGeometry height="50" relative="1" width="50" as="geometry">
            <Array as="points">
              <mxPoint x="1890" y="360" />
              <mxPoint x="1910" y="350" />
              <mxPoint x="1910" y="300" />
            </Array>
            <mxPoint x="1860" y="420" as="sourcePoint" />
            <mxPoint x="1910" y="370" as="targetPoint" />
          </mxGeometry>
        </mxCell>
        <mxCell id="b5V3izeqS-97gPEoPy1i-88" connectable="0" parent="b5V3izeqS-97gPEoPy1i-87" style="edgeLabel;html=1;align=center;verticalAlign=middle;resizable=0;points=[];" value="rx_ready = 0" vertex="1">
          <mxGeometry relative="1" x="-0.1698" y="2" as="geometry">
            <mxPoint as="offset" />
          </mxGeometry>
        </mxCell>
        <mxCell id="b5V3izeqS-97gPEoPy1i-90" parent="1" style="rounded=1;whiteSpace=wrap;html=1;arcSize=12;fillColor=#ffffff;strokeColor=#000000;" value="RX_MULTI_INIT" vertex="1">
          <mxGeometry height="55" width="180" x="240" y="450" as="geometry" />
        </mxCell>
        <mxCell id="b5V3izeqS-97gPEoPy1i-91" edge="1" parent="1" source="b5V3izeqS-97gPEoPy1i-90" style="endArrow=classic;html=1;rounded=0;exitX=0.5;exitY=1;exitDx=0;exitDy=0;entryX=0.5;entryY=0;entryDx=0;entryDy=0;" target="b5V3izeqS-97gPEoPy1i-3" value="">
          <mxGeometry height="50" relative="1" width="50" as="geometry">
            <mxPoint x="320" y="520" as="sourcePoint" />
            <mxPoint x="320" y="585" as="targetPoint" />
          </mxGeometry>
        </mxCell>
        <mxCell id="b5V3izeqS-97gPEoPy1i-92" parent="1" style="shape=note;whiteSpace=wrap;html=1;fillColor=#fff2cc;strokeColor=#d6b656;" value="RX_MULTI_INIT:&lt;div&gt;target_cnt = rx_msize&lt;br&gt;cnt = 0, serveice_type = mult&lt;/div&gt;" vertex="1">
          <mxGeometry height="120" width="250" x="-210" y="417.5" as="geometry" />
        </mxCell>
      </root>
    </mxGraphModel>
  </diagram>
</mxfile>
